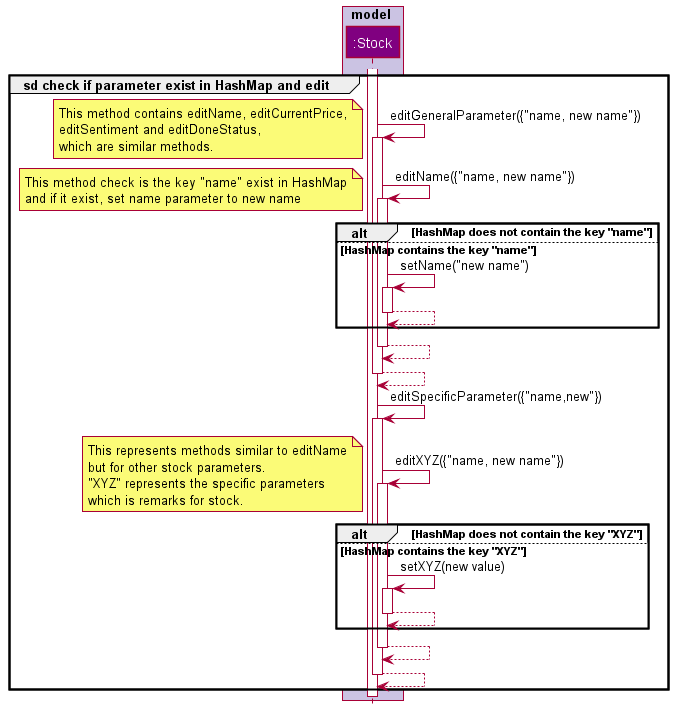
Before: docs/images/EditExecuteRefrence.png, a diagram exported from PlantUML (williamlamjy/mTracker). The source it was exported from:
```plantuml
@startuml
!include Styles.puml

box model COLOR_MODEL_SEGMENT
participant ":Stock" as Instrument COLOR_MODEL
end box

activate Instrument
group sd check if parameter exist in HashMap and edit

Instrument ->Instrument: editGeneralParameter({"name, new name"})
activate Instrument
note left: This method contains editName, editCurrentPrice,\neditSentiment and editDoneStatus,\nwhich are similar methods.
Instrument -> Instrument: editName({"name, new name"})
note left: This method check is the key "name" exist in HashMap\nand if it exist, set name parameter to new name
activate Instrument

alt HashMap does not contain the key "name"
else HashMap contains the key "name"
Instrument -> Instrument: setName("new name")
activate Instrument
Instrument --> Instrument
deactivate Instrument
end

Instrument --> Instrument
deactivate Instrument

Instrument --> Instrument
deactivate Instrument

Instrument -> Instrument: editSpecificParameter({"name,new"})
activate Instrument

Instrument -> Instrument: editXYZ({"name, new name"})
note left: This represents methods similar to editName\nbut for other stock parameters.\n"XYZ" represents the specific parameters\nwhich is remarks for stock.
activate Instrument

alt HashMap does not contain the key "XYZ"
else HashMap contains the key "XYZ"
Instrument -> Instrument: setXYZ(new value)
activate Instrument
Instrument --> Instrument
deactivate Instrument
end

Instrument --> Instrument
deactivate Instrument

Instrument --> Instrument
deactivate Instrument

end

deactivate Instrument
@enduml
```
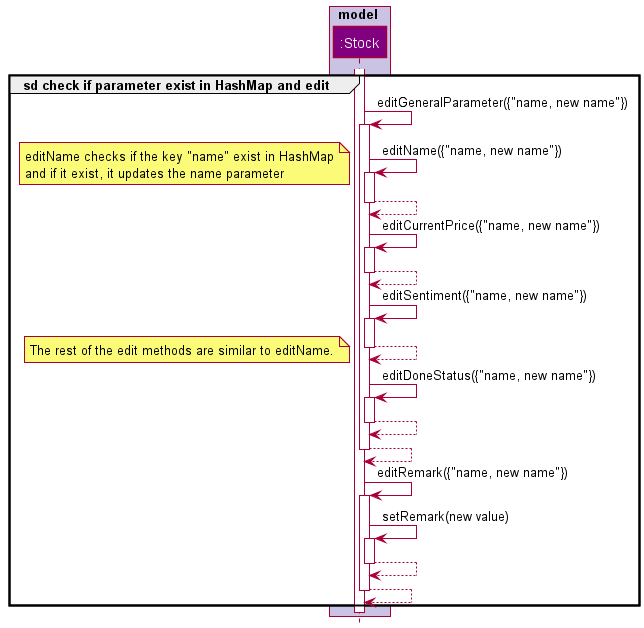
The same diagram one commit later.

Change to the diagram source:
```diff
@@ -8,42 +8,40 @@
 activate Instrument
 group sd check if parameter exist in HashMap and edit
 
-Instrument ->Instrument: editGeneralParameter({"name, new name"})
-activate Instrument
-note left: This method contains editName, editCurrentPrice,\neditSentiment and editDoneStatus,\nwhich are similar methods.
-Instrument -> Instrument: editName({"name, new name"})
-note left: This method check is the key "name" exist in HashMap\nand if it exist, set name parameter to new name
+Instrument -> Instrument: editGeneralParameter({"name, new name"})
 activate Instrument
 
-alt HashMap does not contain the key "name"
-else HashMap contains the key "name"
-Instrument -> Instrument: setName("new name")
+Instrument -> Instrument: editName({"name, new name"})
+note left: editName checks if the key "name" exist in HashMap\nand if it exist, it updates the name parameter
 activate Instrument
 Instrument --> Instrument
 deactivate Instrument
-end
 
+Instrument -> Instrument: editCurrentPrice({"name, new name"})
+activate Instrument
+Instrument --> Instrument
+deactivate Instrument
+
+Instrument -> Instrument: editSentiment({"name, new name"})
+activate Instrument
+Instrument --> Instrument
+deactivate Instrument
+
+note left: The rest of the edit methods are similar to editName.
+
+Instrument -> Instrument: editDoneStatus({"name, new name"})
+activate Instrument
 Instrument --> Instrument
 deactivate Instrument
 
 Instrument --> Instrument
 deactivate Instrument
 
-Instrument -> Instrument: editSpecificParameter({"name,new"})
+Instrument -> Instrument: editRemark({"name, new name"})
 activate Instrument
 
-Instrument -> Instrument: editXYZ({"name, new name"})
-note left: This represents methods similar to editName\nbut for other stock parameters.\n"XYZ" represents the specific parameters\nwhich is remarks for stock.
+Instrument -> Instrument: setRemark(new value)
 activate Instrument
-
-alt HashMap does not contain the key "XYZ"
-else HashMap contains the key "XYZ"
-Instrument -> Instrument: setXYZ(new value)
-activate Instrument
-Instrument --> Instrument
-deactivate Instrument
-end
-
 Instrument --> Instrument
 deactivate Instrument
 
@@ -53,4 +51,5 @@
 end
 
 deactivate Instrument
+
 @enduml
```
